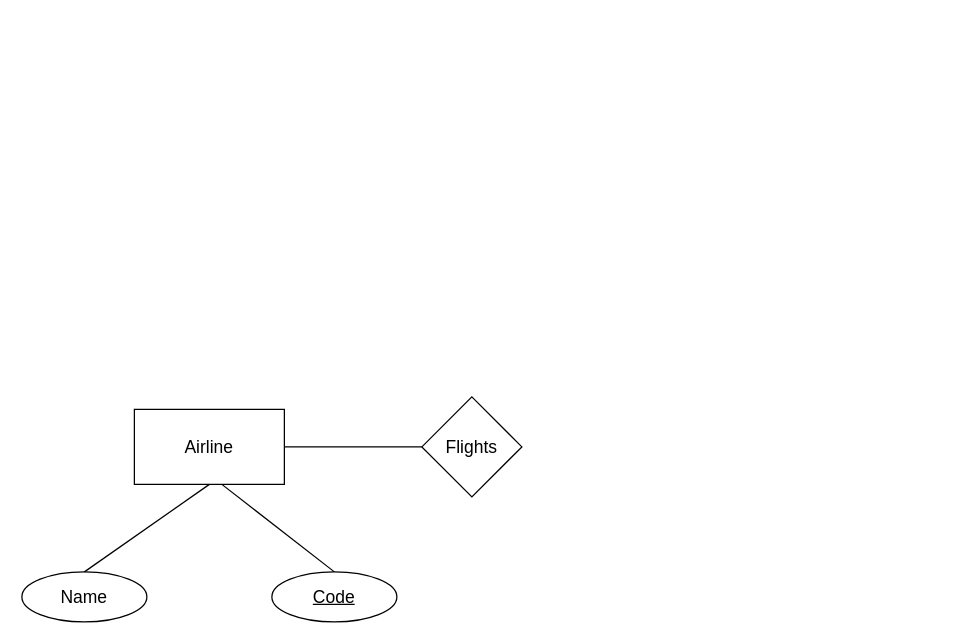
Earlier version of the draw.io diagram diagrams/AirlineDatabase.drawio (danielGoldsteinCS2021/AirlineDatabase-ER-Diagram). Source tidied: cells renumbered, new cells numbered last; positions are measured from the earlier drawing's top-left corner, leaving out a move shared by most shapes. Both pictures are drawn from the tidied source at 125%, with x=0, y=0 at pixel (21, 396).
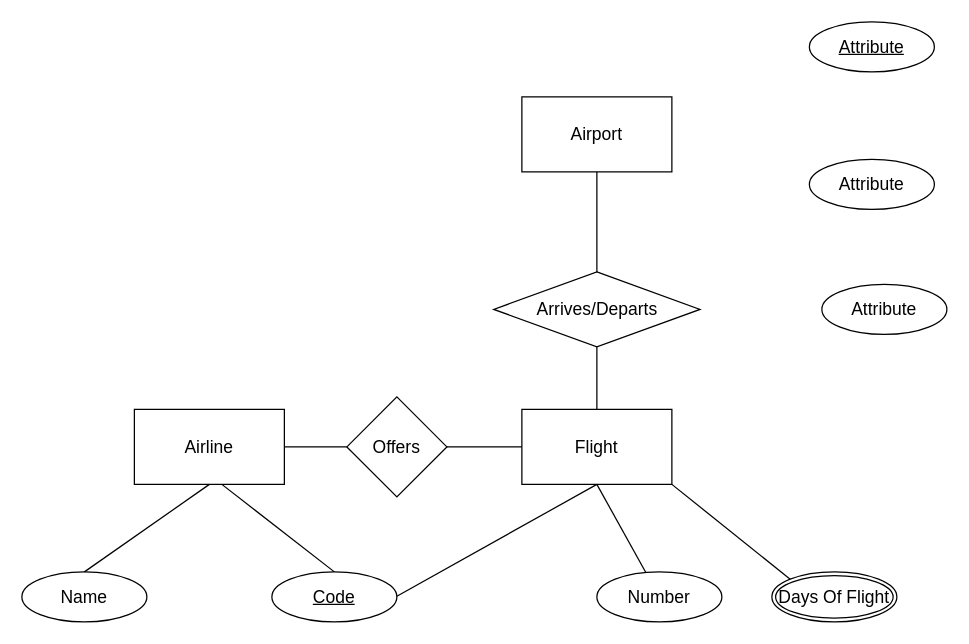
Above is the later version.

Diff of the diagram source:
```diff
@@
-    <mxCell id="8" value="Flights" style="rhombus;whiteSpace=wrap;html=1;fontSize=14;" parent="1" vertex="1">
-      <mxGeometry x="320" width="80" height="80" as="geometry" />
+    <mxCell id="8" value="&lt;div&gt;Offers&lt;/div&gt;" style="rhombus;whiteSpace=wrap;html=1;fontSize=14;" parent="1" vertex="1">
+      <mxGeometry x="260" width="80" height="80" as="geometry" />
     </mxCell>
@@
+    <mxCell id="10" value="Flight" style="whiteSpace=wrap;html=1;align=center;fontSize=14;" parent="1" vertex="1">
+      <mxGeometry x="400" y="10" width="120" height="60" as="geometry" />
+    </mxCell>
+    <mxCell id="11" style="endArrow=none;html=1;rounded=0;fontSize=14;entryX=0.5;entryY=1;entryDx=0;entryDy=0;" parent="1" edge="1" target="10">
+      <mxGeometry relative="1" as="geometry">
+        <mxPoint x="300" y="159.5" as="sourcePoint" />
+      </mxGeometry>
+    </mxCell>
+    <mxCell id="12" style="endArrow=none;html=1;rounded=0;fontSize=14;" parent="1" edge="1" target="13">
+      <mxGeometry relative="1" as="geometry">
+        <mxPoint x="460" y="70" as="sourcePoint" />
+      </mxGeometry>
+    </mxCell>
+    <mxCell id="13" value="Number" style="ellipse;whiteSpace=wrap;html=1;align=center;fontSize=14;" parent="1" vertex="1">
+      <mxGeometry x="460" y="140" width="100" height="40" as="geometry" />
+    </mxCell>
+    <mxCell id="14" value="Days Of Flight" style="ellipse;shape=doubleEllipse;margin=3;whiteSpace=wrap;html=1;align=center;fontSize=14;" parent="1" vertex="1">
+      <mxGeometry x="600" y="140" width="100" height="40" as="geometry" />
+    </mxCell>
+    <mxCell id="15" style="endArrow=none;html=1;rounded=0;fontSize=14;entryX=0;entryY=0;entryDx=0;entryDy=0;" parent="1" edge="1" target="14">
+      <mxGeometry relative="1" as="geometry">
+        <mxPoint x="520" y="70" as="sourcePoint" />
+      </mxGeometry>
+    </mxCell>
+    <mxCell id="16" value="&lt;div&gt;Airport&lt;/div&gt;" style="whiteSpace=wrap;html=1;align=center;fontSize=14;" parent="1" vertex="1">
+      <mxGeometry x="400" y="-240" width="120" height="60" as="geometry" />
+    </mxCell>
+    <mxCell id="17" style="endArrow=none;html=1;rounded=0;fontSize=14;" parent="1" edge="1" source="18" target="10">
+      <mxGeometry relative="1" as="geometry" />
+    </mxCell>
+    <mxCell id="18" value="Arrives/Departs" style="shape=rhombus;perimeter=rhombusPerimeter;whiteSpace=wrap;html=1;align=center;fontSize=14;" parent="1" vertex="1">
+      <mxGeometry x="377.5" y="-100" width="165" height="60" as="geometry" />
+    </mxCell>
+    <mxCell id="19" style="endArrow=none;html=1;rounded=0;fontSize=14;exitX=0.5;exitY=1;exitDx=0;exitDy=0;entryX=0.5;entryY=0;entryDx=0;entryDy=0;" parent="1" edge="1" source="16" target="18">
+      <mxGeometry relative="1" as="geometry" />
+    </mxCell>
+    <mxCell id="20" value="Attribute" style="ellipse;whiteSpace=wrap;html=1;align=center;fontStyle=4;fontSize=14;" parent="1" vertex="1">
+      <mxGeometry x="630" y="-300" width="100" height="40" as="geometry" />
+    </mxCell>
+    <mxCell id="21" value="Attribute" style="ellipse;whiteSpace=wrap;html=1;align=center;fontSize=14;" parent="1" vertex="1">
+      <mxGeometry x="630" y="-190" width="100" height="40" as="geometry" />
+    </mxCell>
+    <mxCell id="22" value="Attribute" style="ellipse;whiteSpace=wrap;html=1;align=center;fontSize=14;" parent="1" vertex="1">
+      <mxGeometry x="640" y="-90" width="100" height="40" as="geometry" />
+    </mxCell>
```
